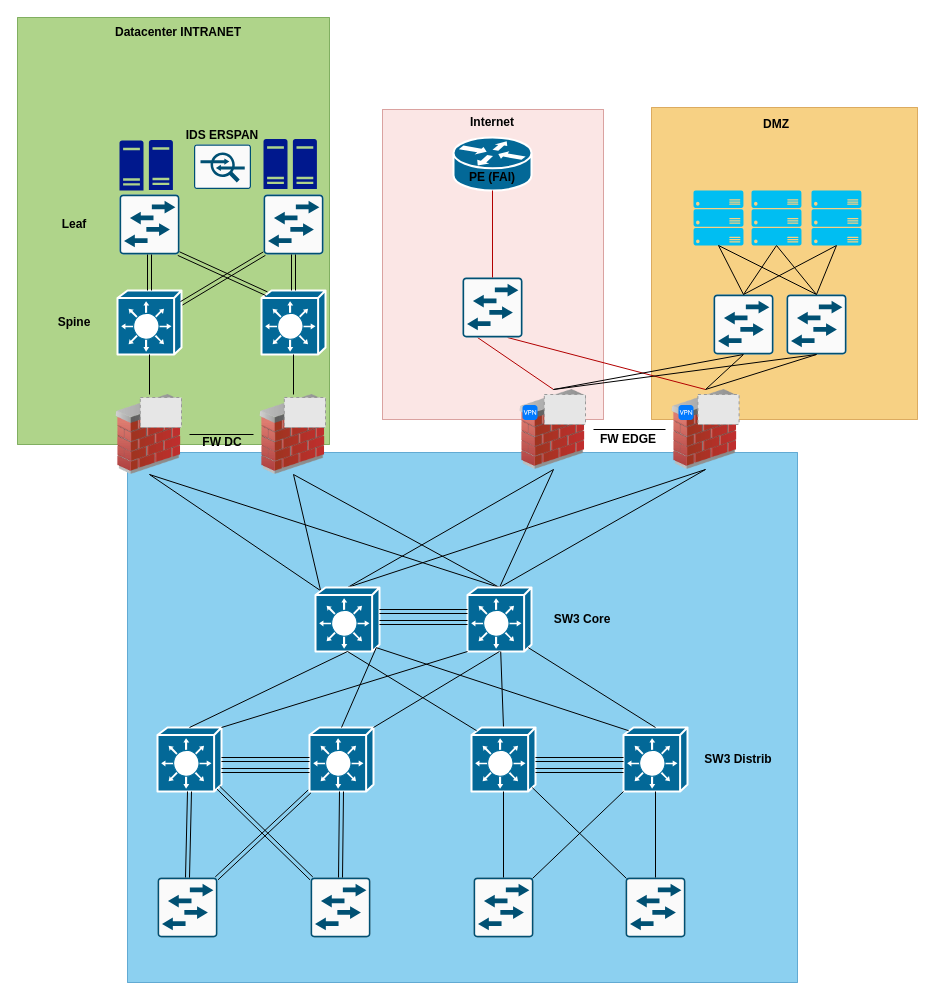
egoMasa/HomeLab keeps this draw.io diagram as ARCHI.drawio. Above is the earlier version. Source tidied: cells renumbered, new cells numbered last; positions are measured from the earlier drawing's top-left corner, leaving out a move shared by most shapes. Both pictures are drawn from the tidied source at 100%, with x=0, y=0 at pixel (17, 17). Pictures stored in the file or linked from it are replaced by grey dashed boxes.
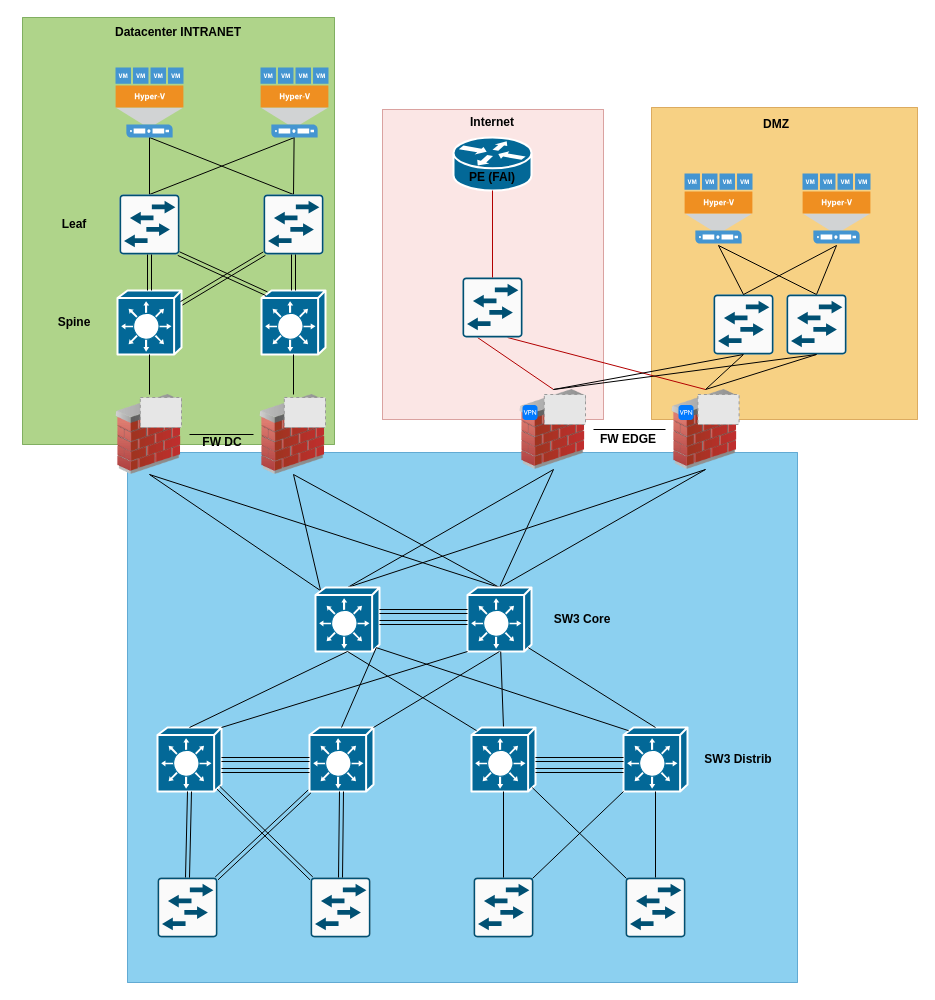
Above is the later version.

Commit message (it also covers changes not shown here):
Mettre à jour ARCHI.drawio

The change refers to these unchanged cells:
```xml
<mxCell id="45" style="sketch=0;points=[[0.015,0.015,0],[0.985,0.015,0],[0.985,0.985,0],[0.015,0.985,0],[0.25,0,0],[0.5,0,0],[0.75,0,0],[1,0.25,0],[1,0.5,0],[1,0.75,0],[0.75,1,0],[0.5,1,0],[0.25,1,0],[0,0.75,0],[0,0.5,0],[0,0.25,0]];verticalLabelPosition=bottom;html=1;verticalAlign=top;align=center;shape=mxgraph.cisco19.rect;prIcon=l2_switch;fillColor=#FAFAFA;strokeColor=#005073;" parent="1" vertex="1">
  <mxGeometry x="246" y="177" width="60" height="60" as="geometry" />
</mxCell>
<mxCell id="46" style="sketch=0;points=[[0.015,0.015,0],[0.985,0.015,0],[0.985,0.985,0],[0.015,0.985,0],[0.25,0,0],[0.5,0,0],[0.75,0,0],[1,0.25,0],[1,0.5,0],[1,0.75,0],[0.75,1,0],[0.5,1,0],[0.25,1,0],[0,0.75,0],[0,0.5,0],[0,0.25,0]];verticalLabelPosition=bottom;html=1;verticalAlign=top;align=center;shape=mxgraph.cisco19.rect;prIcon=l2_switch;fillColor=#FAFAFA;strokeColor=#005073;" parent="1" vertex="1">
  <mxGeometry x="102" y="177" width="60" height="60" as="geometry" />
</mxCell>
<mxCell id="77" style="sketch=0;points=[[0.015,0.015,0],[0.985,0.015,0],[0.985,0.985,0],[0.015,0.985,0],[0.25,0,0],[0.5,0,0],[0.75,0,0],[1,0.25,0],[1,0.5,0],[1,0.75,0],[0.75,1,0],[0.5,1,0],[0.25,1,0],[0,0.75,0],[0,0.5,0],[0,0.25,0]];verticalLabelPosition=bottom;html=1;verticalAlign=top;align=center;shape=mxgraph.cisco19.rect;prIcon=l2_switch;fillColor=#FAFAFA;strokeColor=#005073;" parent="1" vertex="1">
  <mxGeometry x="696" y="277" width="60" height="60" as="geometry" />
</mxCell>
<mxCell id="86" style="sketch=0;points=[[0.015,0.015,0],[0.985,0.015,0],[0.985,0.985,0],[0.015,0.985,0],[0.25,0,0],[0.5,0,0],[0.75,0,0],[1,0.25,0],[1,0.5,0],[1,0.75,0],[0.75,1,0],[0.5,1,0],[0.25,1,0],[0,0.75,0],[0,0.5,0],[0,0.25,0]];verticalLabelPosition=bottom;html=1;verticalAlign=top;align=center;shape=mxgraph.cisco19.rect;prIcon=l2_switch;fillColor=#FAFAFA;strokeColor=#005073;" parent="1" vertex="1">
  <mxGeometry x="769" y="277" width="60" height="60" as="geometry" />
</mxCell>
```

Change to the diagram source:
```diff
@@
     <mxCell id="4" style="whiteSpace=wrap;html=1;fillColor=#60a917;strokeColor=#2D7600;opacity=50;fontColor=#ffffff;" parent="1" vertex="1">
-      <mxGeometry width="312" height="427" as="geometry" />
+      <mxGeometry x="5" width="312" height="427" as="geometry" />
     </mxCell>
@@
+    <mxCell id="104" style="rounded=0;jettySize=auto;html=1;exitX=0.5;exitY=0;exitDx=0;exitDy=0;exitPerimeter=0;endArrow=none;endFill=0;entryX=0.5;entryY=1;entryDx=0;entryDy=0;entryPerimeter=0;" parent="1" edge="1" source="45" target="110">
+      <mxGeometry relative="1" as="geometry" />
+    </mxCell>
+    <mxCell id="105" style="rounded=0;jettySize=auto;html=1;exitX=0.5;exitY=0;exitDx=0;exitDy=0;exitPerimeter=0;endArrow=none;endFill=0;" parent="1" edge="1" source="45" target="111">
+      <mxGeometry relative="1" as="geometry" />
+    </mxCell>
@@
+    <mxCell id="106" style="rounded=0;jettySize=auto;html=1;exitX=0.5;exitY=0;exitDx=0;exitDy=0;exitPerimeter=0;endArrow=none;endFill=0;" parent="1" edge="1" source="46" target="110">
+      <mxGeometry relative="1" as="geometry" />
+    </mxCell>
+    <mxCell id="107" style="rounded=0;jettySize=auto;html=1;exitX=0.5;exitY=0;exitDx=0;exitDy=0;exitPerimeter=0;entryX=0.5;entryY=1;entryDx=0;entryDy=0;entryPerimeter=0;endArrow=none;endFill=0;" parent="1" edge="1" source="46" target="111">
+      <mxGeometry relative="1" as="geometry" />
+    </mxCell>
@@
-    <mxCell id="76" style="rounded=0;jettySize=auto;html=1;endArrow=none;endFill=0;entryX=0.5;entryY=1;entryDx=0;entryDy=0;entryPerimeter=0;exitX=0.5;exitY=0;exitDx=0;exitDy=0;exitPerimeter=0;" parent="1" edge="1" source="77" target="81">
-      <mxGeometry relative="1" as="geometry" />
-    </mxCell>
@@
-    <mxCell id="78" style="verticalLabelPosition=bottom;html=1;verticalAlign=top;align=center;strokeColor=none;fillColor=#00BEF2;shape=mxgraph.azure.server_rack;" parent="1" vertex="1">
-      <mxGeometry x="676" y="173" width="50" height="55" as="geometry" />
-    </mxCell>
-    <mxCell id="79" style="rounded=0;jettySize=auto;html=1;exitX=0.5;exitY=1;exitDx=0;exitDy=0;exitPerimeter=0;entryX=0.5;entryY=0;entryDx=0;entryDy=0;entryPerimeter=0;endArrow=none;endFill=0;" parent="1" edge="1" source="80" target="86">
-      <mxGeometry relative="1" as="geometry" />
+    <mxCell id="79" style="rounded=0;jettySize=auto;html=1;exitX=0.5;exitY=1;exitDx=0;exitDy=0;exitPerimeter=0;entryX=0.5;entryY=0;entryDx=0;entryDy=0;entryPerimeter=0;endArrow=none;endFill=0;" parent="1" edge="1" target="86">
+      <mxGeometry relative="1" as="geometry">
+        <mxPoint x="819" y="228" as="sourcePoint" />
+      </mxGeometry>
     </mxCell>
-    <mxCell id="80" style="verticalLabelPosition=bottom;html=1;verticalAlign=top;align=center;strokeColor=none;fillColor=#00BEF2;shape=mxgraph.azure.server_rack;" parent="1" vertex="1">
-      <mxGeometry x="794" y="173" width="50" height="55" as="geometry" />
-    </mxCell>
-    <mxCell id="81" style="verticalLabelPosition=bottom;html=1;verticalAlign=top;align=center;strokeColor=none;fillColor=#00BEF2;shape=mxgraph.azure.server_rack;" parent="1" vertex="1">
-      <mxGeometry x="734" y="173" width="50" height="55" as="geometry" />
-    </mxCell>
@@
-    <mxCell id="85" style="rounded=0;jettySize=auto;html=1;exitX=0.5;exitY=1;exitDx=0;exitDy=0;exitPerimeter=0;entryX=0.5;entryY=0;entryDx=0;entryDy=0;entryPerimeter=0;endArrow=none;endFill=0;" parent="1" edge="1" source="78" target="77">
-      <mxGeometry relative="1" as="geometry" />
+    <mxCell id="85" style="rounded=0;jettySize=auto;html=1;exitX=0.5;exitY=1;exitDx=0;exitDy=0;exitPerimeter=0;entryX=0.5;entryY=0;entryDx=0;entryDy=0;entryPerimeter=0;endArrow=none;endFill=0;" parent="1" edge="1" target="77">
+      <mxGeometry relative="1" as="geometry">
+        <mxPoint x="701" y="228" as="sourcePoint" />
+      </mxGeometry>
     </mxCell>
@@
-    <mxCell id="87" style="rounded=0;jettySize=auto;html=1;exitX=0.5;exitY=1;exitDx=0;exitDy=0;exitPerimeter=0;entryX=0.5;entryY=0;entryDx=0;entryDy=0;entryPerimeter=0;endArrow=none;endFill=0;" parent="1" edge="1" source="81" target="86">
-      <mxGeometry relative="1" as="geometry" />
-    </mxCell>
-    <mxCell id="88" style="rounded=0;jettySize=auto;html=1;exitX=0.5;exitY=1;exitDx=0;exitDy=0;exitPerimeter=0;entryX=0.5;entryY=0;entryDx=0;entryDy=0;entryPerimeter=0;endArrow=none;endFill=0;" parent="1" edge="1" source="78" target="86">
-      <mxGeometry relative="1" as="geometry" />
+    <mxCell id="88" style="rounded=0;jettySize=auto;html=1;exitX=0.5;exitY=1;exitDx=0;exitDy=0;exitPerimeter=0;entryX=0.5;entryY=0;entryDx=0;entryDy=0;entryPerimeter=0;endArrow=none;endFill=0;" parent="1" edge="1" target="86">
+      <mxGeometry relative="1" as="geometry">
+        <mxPoint x="701" y="228" as="sourcePoint" />
+      </mxGeometry>
     </mxCell>
-    <mxCell id="89" style="rounded=0;jettySize=auto;html=1;exitX=0.5;exitY=1;exitDx=0;exitDy=0;exitPerimeter=0;entryX=0.5;entryY=0;entryDx=0;entryDy=0;entryPerimeter=0;endArrow=none;endFill=0;" parent="1" edge="1" source="80" target="77">
-      <mxGeometry relative="1" as="geometry" />
+    <mxCell id="89" style="rounded=0;jettySize=auto;html=1;exitX=0.5;exitY=1;exitDx=0;exitDy=0;exitPerimeter=0;entryX=0.5;entryY=0;entryDx=0;entryDy=0;entryPerimeter=0;endArrow=none;endFill=0;" parent="1" edge="1" target="77">
+      <mxGeometry relative="1" as="geometry">
+        <mxPoint x="819" y="228" as="sourcePoint" />
+      </mxGeometry>
     </mxCell>
@@
-    <mxCell id="92" style="sketch=0;verticalLabelPosition=bottom;html=1;verticalAlign=top;align=center;shape=mxgraph.cisco19.rect;prIcon=ips_ids;fillColor=#FAFAFA;strokeColor=#005073;" parent="1" vertex="1">
-      <mxGeometry x="176.5" y="127" width="57" height="44.5" as="geometry" />
-    </mxCell>
-    <mxCell id="93" value="IDS ERSPAN" style="text;strokeColor=none;align=center;fillColor=none;html=1;verticalAlign=middle;whiteSpace=wrap;rounded=0;fontStyle=1;" parent="1" vertex="1">
-      <mxGeometry x="160" y="102.5" width="90" height="30" as="geometry" />
-    </mxCell>
@@
-    <mxCell id="98" style="sketch=0;shadow=0;dashed=0;html=1;strokeColor=none;labelPosition=center;verticalLabelPosition=bottom;verticalAlign=top;align=center;fillColor=#00188D;shape=mxgraph.mscae.enterprise.server_generic;" parent="1" vertex="1">
-      <mxGeometry x="102" y="123" width="24" height="50" as="geometry" />
-    </mxCell>
-    <mxCell id="99" style="sketch=0;shadow=0;dashed=0;html=1;strokeColor=none;labelPosition=center;verticalLabelPosition=bottom;verticalAlign=top;align=center;fillColor=#00188D;shape=mxgraph.mscae.enterprise.server_generic;" parent="1" vertex="1">
-      <mxGeometry x="131.4" y="122.5" width="24" height="50" as="geometry" />
-    </mxCell>
-    <mxCell id="100" style="sketch=0;shadow=0;dashed=0;html=1;strokeColor=none;labelPosition=center;verticalLabelPosition=bottom;verticalAlign=top;align=center;fillColor=#00188D;shape=mxgraph.mscae.enterprise.server_generic;" parent="1" vertex="1">
-      <mxGeometry x="246" y="121.5" width="24" height="50" as="geometry" />
-    </mxCell>
-    <mxCell id="101" style="sketch=0;shadow=0;dashed=0;html=1;strokeColor=none;labelPosition=center;verticalLabelPosition=bottom;verticalAlign=top;align=center;fillColor=#00188D;shape=mxgraph.mscae.enterprise.server_generic;" parent="1" vertex="1">
-      <mxGeometry x="275.4" y="121.5" width="24" height="50" as="geometry" />
-    </mxCell>
@@
+    <mxCell id="108" style="shadow=0;dashed=0;html=1;strokeColor=none;fillColor=#4495D1;labelPosition=center;verticalLabelPosition=bottom;verticalAlign=top;align=center;shape=mxgraph.veeam.hyper_v_host;" parent="1" vertex="1">
+      <mxGeometry x="785" y="156" width="68" height="70" as="geometry" />
+    </mxCell>
+    <mxCell id="109" style="shadow=0;dashed=0;html=1;strokeColor=none;fillColor=#4495D1;labelPosition=center;verticalLabelPosition=bottom;verticalAlign=top;align=center;shape=mxgraph.veeam.hyper_v_host;" parent="1" vertex="1">
+      <mxGeometry x="667" y="156" width="68" height="70" as="geometry" />
+    </mxCell>
+    <mxCell id="110" style="shadow=0;dashed=0;html=1;strokeColor=none;fillColor=#4495D1;labelPosition=center;verticalLabelPosition=bottom;verticalAlign=top;align=center;outlineConnect=0;shape=mxgraph.veeam.hyper_v_host;" parent="1" vertex="1">
+      <mxGeometry x="98" y="50" width="68" height="70" as="geometry" />
+    </mxCell>
+    <mxCell id="111" style="shadow=0;dashed=0;html=1;strokeColor=none;fillColor=#4495D1;labelPosition=center;verticalLabelPosition=bottom;verticalAlign=top;align=center;outlineConnect=0;shape=mxgraph.veeam.hyper_v_host;" parent="1" vertex="1">
+      <mxGeometry x="243" y="50" width="68" height="70" as="geometry" />
+    </mxCell>
```
